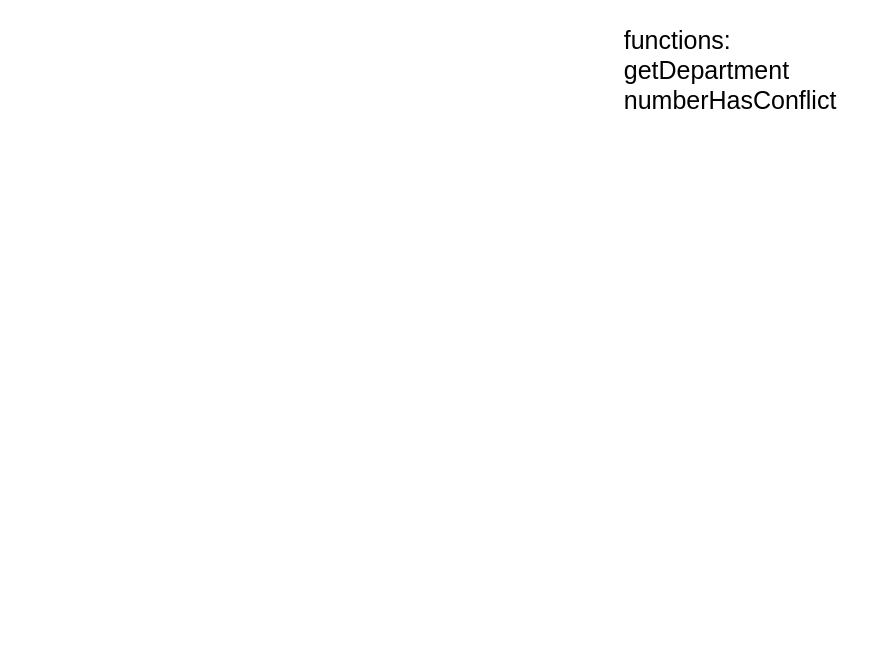
The draw.io diagram page "sequence-getOrganization" (2 of 3) of CDRS/user-module-design.drawio in waterwatermelon/graph, before the edit. Source tidied: cells renumbered, new cells numbered last; positions are measured from the earlier drawing's top-left corner, leaving out a move shared by most shapes. Both pictures are drawn from the tidied source at 125%, with x=0, y=0 at pixel (621, 21).
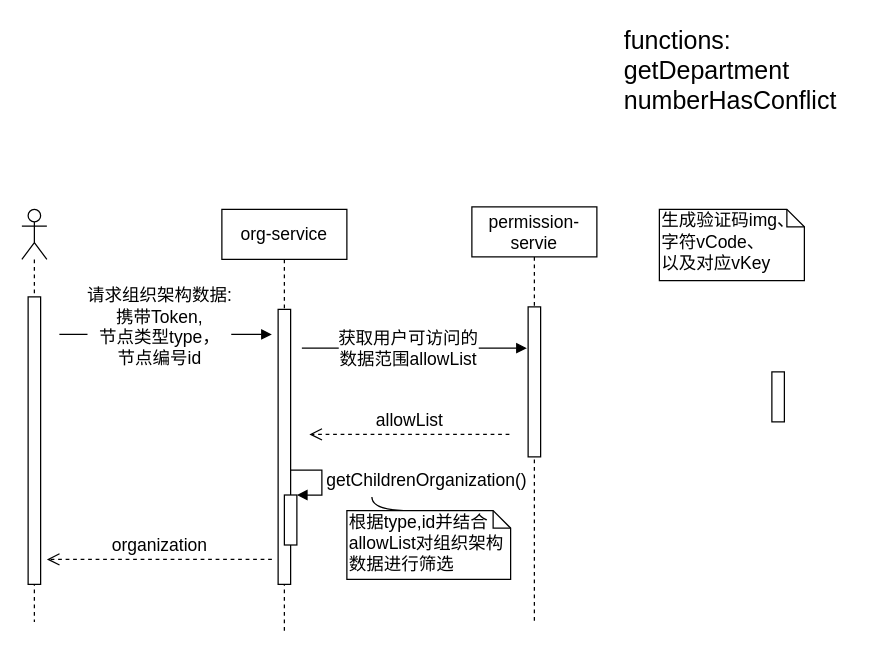
The same diagram, later.

What changed in the source:
```diff
@@
+    <mxCell id="3" style="shape=umlLifeline;participant=umlActor;perimeter=lifelinePerimeter;whiteSpace=wrap;html=1;verticalAlign=top;spacingTop=36;labelBackgroundColor=#ffffff;fontSize=14;" parent="1" vertex="1">
+      <mxGeometry x="-480" y="150" width="20" height="330" as="geometry" />
+    </mxCell>
+    <mxCell id="4" style="html=1;perimeter=orthogonalPerimeter;fontSize=14;" parent="3" vertex="1">
+      <mxGeometry x="5" y="70" width="10" height="230" as="geometry" />
+    </mxCell>
+    <mxCell id="5" value="org-service" style="shape=umlLifeline;perimeter=lifelinePerimeter;whiteSpace=wrap;html=1;fontSize=14;" parent="1" vertex="1">
+      <mxGeometry x="-320" y="150" width="100" height="340" as="geometry" />
+    </mxCell>
+    <mxCell id="6" style="html=1;perimeter=orthogonalPerimeter;fontSize=14;" parent="5" vertex="1">
+      <mxGeometry x="45" y="80" width="10" height="220" as="geometry" />
+    </mxCell>
+    <mxCell id="7" value="getChildrenOrganization()" style="edgeStyle=orthogonalEdgeStyle;html=1;align=left;spacingLeft=2;endArrow=block;rounded=0;entryX=1;entryY=0;fontSize=14;" parent="5" edge="1" target="8">
+      <mxGeometry relative="1" as="geometry">
+        <mxPoint x="55" y="208.5" as="sourcePoint" />
+        <Array as="points">
+          <mxPoint x="80" y="208.5" />
+        </Array>
+      </mxGeometry>
+    </mxCell>
+    <mxCell id="8" style="html=1;points=[];perimeter=orthogonalPerimeter;fontSize=14;" parent="5" vertex="1">
+      <mxGeometry x="50" y="228.5" width="10" height="40" as="geometry" />
+    </mxCell>
+    <mxCell id="9" value="permission-servie" style="shape=umlLifeline;perimeter=lifelinePerimeter;whiteSpace=wrap;html=1;fontSize=14;" parent="1" vertex="1">
+      <mxGeometry x="-120" y="148" width="100" height="332" as="geometry" />
+    </mxCell>
+    <mxCell id="10" style="html=1;perimeter=orthogonalPerimeter;fontSize=14;" parent="9" vertex="1">
+      <mxGeometry x="45" y="80" width="10" height="120" as="geometry" />
+    </mxCell>
+    <mxCell id="11" value="请求组织架构数据:&lt;br&gt;携带Token,&lt;br&gt;节点类型type，&lt;br&gt;节点编号id" style="html=1;verticalAlign=bottom;endArrow=block;fontSize=14;" parent="1" edge="1">
+      <mxGeometry x="-0.06" y="-30" relative="1" as="geometry">
+        <mxPoint x="-450" y="250" as="sourcePoint" />
+        <mxPoint x="-280" y="250" as="targetPoint" />
+      </mxGeometry>
+    </mxCell>
+    <mxCell id="12" value="&lt;span style=&quot;white-space: nowrap&quot;&gt;生成验证码img、&lt;/span&gt;&lt;br style=&quot;white-space: nowrap&quot;&gt;&lt;span style=&quot;white-space: nowrap&quot;&gt;字符vCode、&lt;/span&gt;&lt;br style=&quot;white-space: nowrap&quot;&gt;&lt;span style=&quot;white-space: nowrap&quot;&gt;以及对应vKey&lt;/span&gt;" style="shape=note;whiteSpace=wrap;html=1;size=14;verticalAlign=top;align=left;spacingTop=-6;fontSize=14;" parent="1" vertex="1">
+      <mxGeometry x="30" y="150" width="116" height="57" as="geometry" />
+    </mxCell>
+    <mxCell id="13" style="html=1;perimeter=orthogonalPerimeter;fontSize=14;" parent="1" vertex="1">
+      <mxGeometry x="120" y="280" width="10" height="40" as="geometry" />
+    </mxCell>
+    <mxCell id="14" value="获取用户可访问的&lt;br&gt;数据范围allowList" style="html=1;verticalAlign=bottom;endArrow=block;fontSize=14;" parent="1" edge="1">
+      <mxGeometry x="-0.06" y="-20" relative="1" as="geometry">
+        <mxPoint x="-256" y="261" as="sourcePoint" />
+        <mxPoint x="-76" y="261" as="targetPoint" />
+      </mxGeometry>
+    </mxCell>
+    <mxCell id="15" value="allowList" style="html=1;verticalAlign=bottom;endArrow=open;dashed=1;endSize=8;fontSize=14;" parent="1" edge="1">
+      <mxGeometry relative="1" as="geometry">
+        <mxPoint x="-90" y="330" as="sourcePoint" />
+        <mxPoint x="-250" y="330" as="targetPoint" />
+      </mxGeometry>
+    </mxCell>
+    <mxCell id="16" style="edgeStyle=orthogonalEdgeStyle;curved=1;rounded=0;jettySize=auto;html=1;exitX=0;exitY=0;exitDx=51;exitDy=0;exitPerimeter=0;endArrow=none;endFill=0;fontSize=14;" parent="1" edge="1" source="17">
+      <mxGeometry relative="1" as="geometry">
+        <mxPoint x="-200" y="380" as="targetPoint" />
+      </mxGeometry>
+    </mxCell>
+    <mxCell id="17" value="根据type,id并结合allowList对组织架构数据进行筛选" style="shape=note;whiteSpace=wrap;html=1;size=14;verticalAlign=top;align=left;spacingTop=-6;fontSize=14;" parent="1" vertex="1">
+      <mxGeometry x="-220" y="391" width="131" height="55" as="geometry" />
+    </mxCell>
+    <mxCell id="18" value="organization" style="html=1;verticalAlign=bottom;endArrow=open;dashed=1;endSize=8;fontSize=14;" parent="1" edge="1">
+      <mxGeometry relative="1" as="geometry">
+        <mxPoint x="-280" y="430" as="sourcePoint" />
+        <mxPoint x="-460" y="430" as="targetPoint" />
+      </mxGeometry>
+    </mxCell>
```
